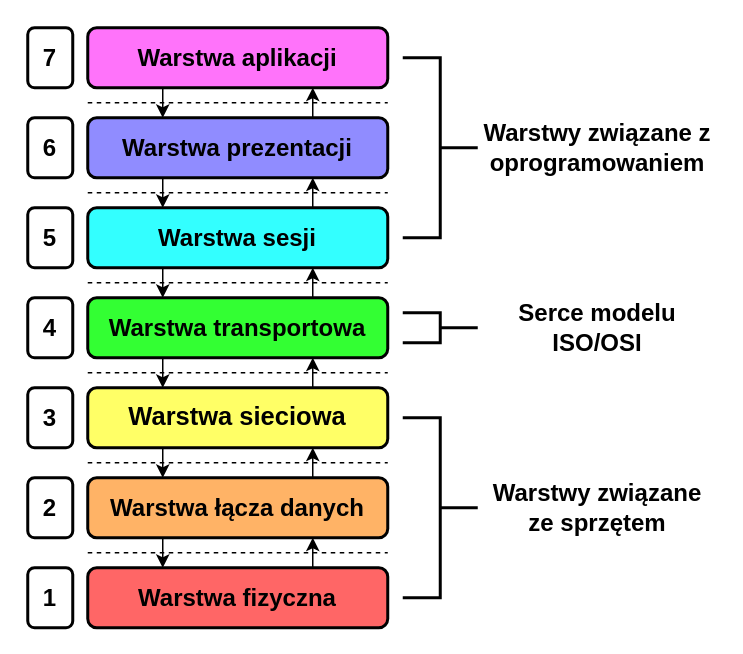
The draw.io diagram Untitled Diagram.drawio in pabloducato/draw.io, before the edit. Source tidied: cells renumbered, new cells numbered last; positions are measured from the earlier drawing's top-left corner, leaving out a move shared by most shapes. Both pictures are drawn from the tidied source at 150%, with x=0, y=0 at pixel (27, 27).
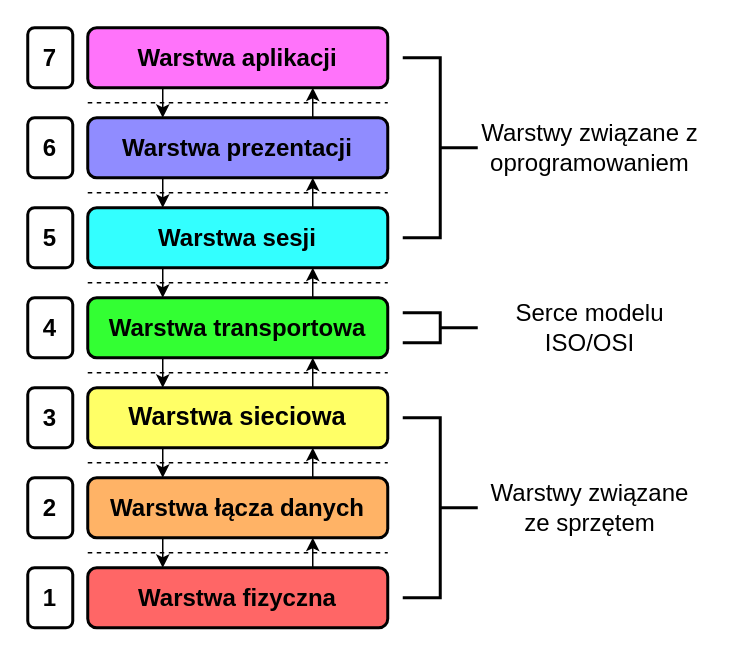
After the change.

What changed in the source:
```diff
@@
-    <mxCell id="11" value="&lt;font style=&quot;font-size: 16px&quot;&gt;&lt;b&gt;Warstwy związane z oprogramowaniem&lt;/b&gt;&lt;/font&gt;" style="text;html=1;strokeColor=none;fillColor=none;align=center;verticalAlign=middle;whiteSpace=wrap;rounded=0;" parent="1" vertex="1">
-      <mxGeometry x="300" y="28.8" width="160" height="102.5" as="geometry" />
+    <mxCell id="11" value="&lt;font style=&quot;font-size: 16px&quot;&gt;Warstwy związane z oprogramowaniem&lt;/font&gt;" style="text;html=1;strokeColor=none;fillColor=none;align=center;verticalAlign=middle;whiteSpace=wrap;rounded=0;" parent="1" vertex="1">
+      <mxGeometry x="300" y="28.8" width="150" height="102.5" as="geometry" />
     </mxCell>
-    <mxCell id="12" value="&lt;font style=&quot;font-size: 16px&quot;&gt;&lt;b&gt;Warstwy związane ze sprzętem&lt;/b&gt;&lt;/font&gt;" style="text;html=1;strokeColor=none;fillColor=none;align=center;verticalAlign=middle;whiteSpace=wrap;rounded=0;" parent="1" vertex="1">
-      <mxGeometry x="300" y="268.8" width="160" height="102.5" as="geometry" />
+    <mxCell id="12" value="&lt;font style=&quot;font-size: 16px&quot;&gt;Warstwy związane ze sprzętem&lt;/font&gt;" style="text;html=1;strokeColor=none;fillColor=none;align=center;verticalAlign=middle;whiteSpace=wrap;rounded=0;" parent="1" vertex="1">
+      <mxGeometry x="300" y="268.8" width="150" height="102.5" as="geometry" />
     </mxCell>
@@
-    <mxCell id="14" value="&lt;span style=&quot;font-size: 16px&quot;&gt;&lt;b&gt;Serce modelu ISO/OSI&lt;/b&gt;&lt;/span&gt;" style="text;html=1;strokeColor=none;fillColor=none;align=center;verticalAlign=middle;whiteSpace=wrap;rounded=0;" parent="1" vertex="1">
-      <mxGeometry x="300" y="148.8" width="160" height="102.5" as="geometry" />
+    <mxCell id="14" value="&lt;span style=&quot;font-size: 16px&quot;&gt;Serce modelu ISO/OSI&lt;/span&gt;" style="text;html=1;strokeColor=none;fillColor=none;align=center;verticalAlign=middle;whiteSpace=wrap;rounded=0;" parent="1" vertex="1">
+      <mxGeometry x="300" y="148.8" width="150" height="102.5" as="geometry" />
     </mxCell>
```
